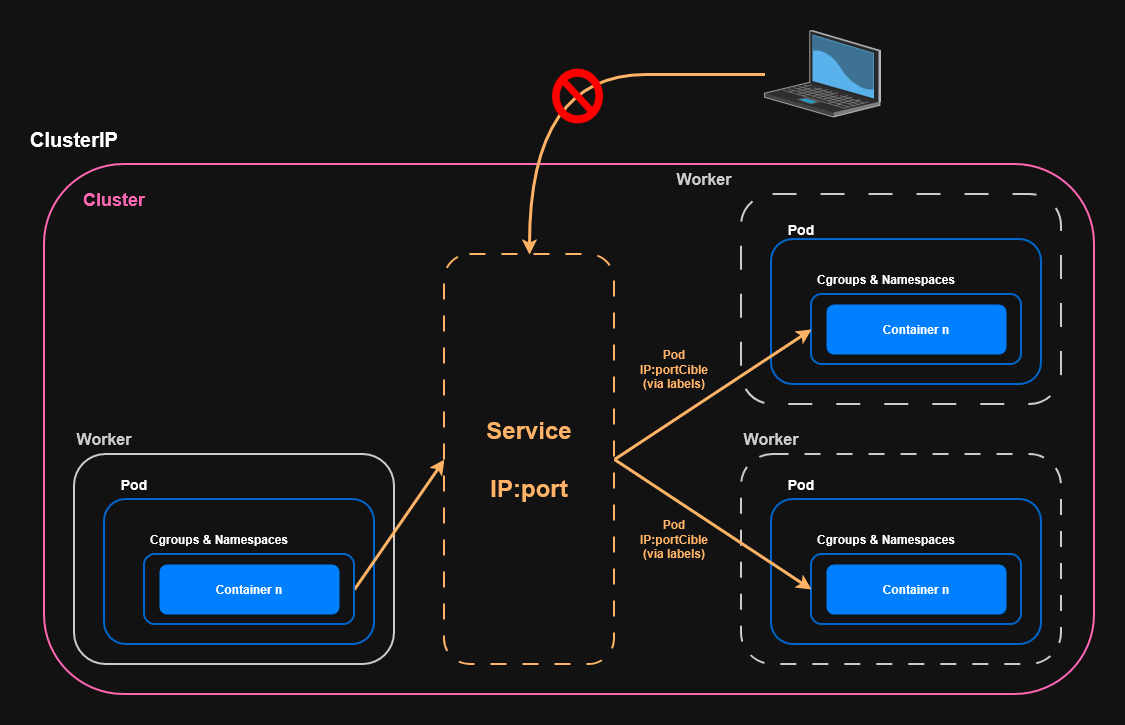
Before: img/diagrammeClusterIP.png, a diagram exported from draw.io (TomGn1/kubernetes-apprentissage). Source tidied: cells renumbered, new cells last; positions are measured from the earlier drawing's top-left corner, leaving out a move shared by most shapes.
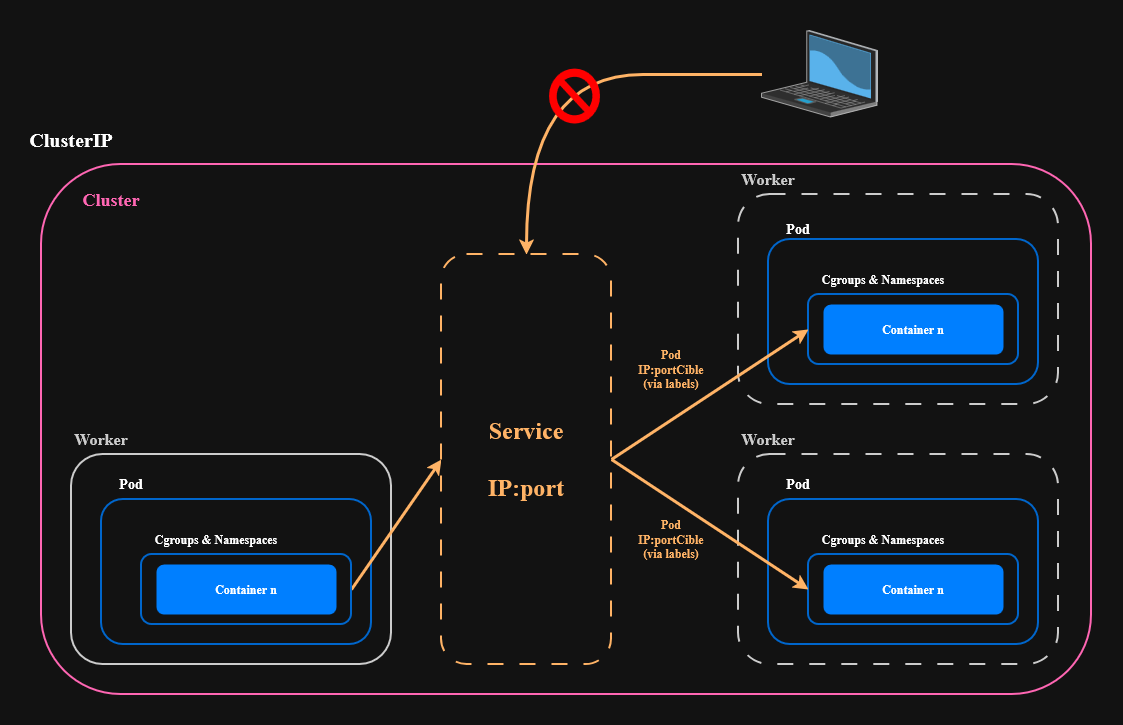
Above is the later version.

Diff of the diagram source:
```diff
@@ -17,7 +17,7 @@
     <mxCell id="6" style="rounded=1;whiteSpace=wrap;html=1;strokeWidth=2;strokeColor=light-dark(#000000,#0066CC);" parent="1" vertex="1">
       <mxGeometry x="100" y="524" width="210" height="70" as="geometry" />
     </mxCell>
-    <mxCell id="7" style="rounded=1;whiteSpace=wrap;html=1;dashed=1;dashPattern=12 12;strokeWidth=2;strokeColor=light-dark(#000000,#CCCCCC);" parent="1" vertex="1">
+    <mxCell id="7" style="rounded=1;whiteSpace=wrap;html=1;dashed=1;dashPattern=8 8;strokeWidth=2;strokeColor=light-dark(#000000,#CCCCCC);" parent="1" vertex="1">
       <mxGeometry x="697" y="164" width="320" height="210" as="geometry" />
     </mxCell>
     <mxCell id="8" style="rounded=1;whiteSpace=wrap;html=1;strokeWidth=2;strokeColor=light-dark(#000000,#0066CC);" parent="1" vertex="1">
@@ -62,7 +62,7 @@
       <mxGeometry x="697" y="394" width="60" height="30" as="geometry" />
     </mxCell>
     <mxCell id="20" value="&lt;b style=&quot;color: light-dark(rgb(0, 0, 0), rgb(204, 204, 204));&quot;&gt;&lt;font style=&quot;font-size: 16px;&quot;&gt;Worker&lt;/font&gt;&lt;/b&gt;" style="text;html=1;whiteSpace=wrap;strokeColor=none;fillColor=none;align=center;verticalAlign=middle;rounded=0;" parent="1" vertex="1">
-      <mxGeometry x="630" y="134" width="60" height="30" as="geometry" />
+      <mxGeometry x="697" y="134" width="60" height="30" as="geometry" />
     </mxCell>
     <mxCell id="21" value="&lt;b style=&quot;color: light-dark(rgb(0, 0, 0), rgb(204, 204, 204));&quot;&gt;&lt;font style=&quot;font-size: 16px;&quot;&gt;Worker&lt;/font&gt;&lt;/b&gt;" style="text;html=1;whiteSpace=wrap;strokeColor=none;fillColor=none;align=center;verticalAlign=middle;rounded=0;" parent="1" vertex="1">
       <mxGeometry x="30" y="394" width="60" height="30" as="geometry" />
```
